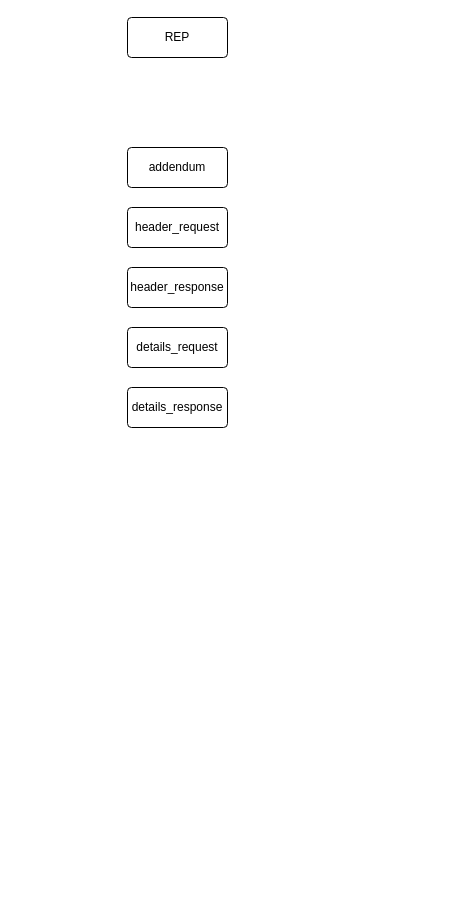
The draw.io diagram page "Page-1" (1 of 3) of Sketchs/Paynamic_Docs.drawio in DataTeamBP/MyDrawIO, before the edit. Source tidied: cells renumbered, new cells numbered last; positions are measured from the earlier drawing's top-left corner, leaving out a move shared by most shapes. Both pictures are drawn from the tidied source at 100%, with x=0, y=0 at pixel (127, 17).
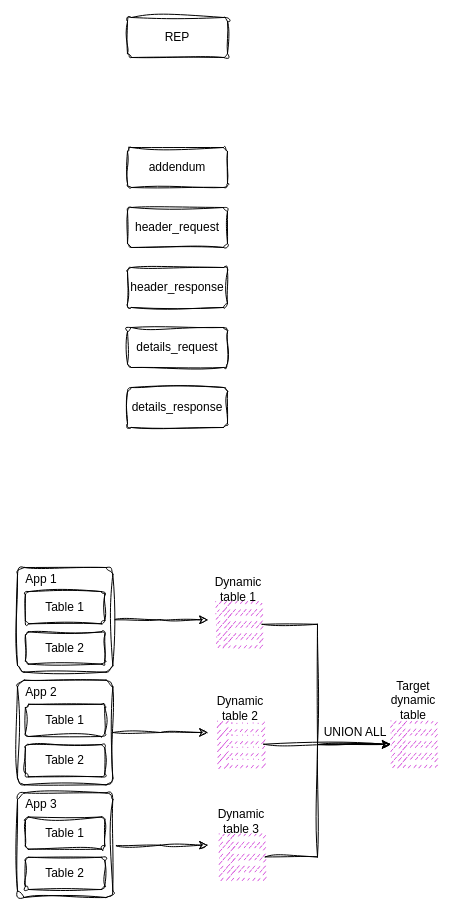
After the change.

Change to the diagram source:
```diff
@@
-    <mxCell id="2" value="REP" style="rounded=1;arcSize=10;whiteSpace=wrap;html=1;align=center;" parent="1" vertex="1">
+    <mxCell id="2" value="REP" style="rounded=1;arcSize=10;whiteSpace=wrap;html=1;align=center;sketch=1;curveFitting=1;jiggle=2;" parent="1" vertex="1">
       <mxGeometry width="100" height="40" as="geometry" />
     </mxCell>
-    <mxCell id="3" value="addendum" style="rounded=1;arcSize=10;whiteSpace=wrap;html=1;align=center;" parent="1" vertex="1">
+    <mxCell id="3" value="addendum" style="rounded=1;arcSize=10;whiteSpace=wrap;html=1;align=center;sketch=1;curveFitting=1;jiggle=2;" parent="1" vertex="1">
       <mxGeometry y="130" width="100" height="40" as="geometry" />
     </mxCell>
-    <mxCell id="4" value="header_request" style="rounded=1;arcSize=10;whiteSpace=wrap;html=1;align=center;" parent="1" vertex="1">
+    <mxCell id="4" value="header_request" style="rounded=1;arcSize=10;whiteSpace=wrap;html=1;align=center;sketch=1;curveFitting=1;jiggle=2;" parent="1" vertex="1">
       <mxGeometry y="190" width="100" height="40" as="geometry" />
     </mxCell>
-    <mxCell id="5" value="header_response" style="rounded=1;arcSize=10;whiteSpace=wrap;html=1;align=center;" parent="1" vertex="1">
+    <mxCell id="5" value="header_response" style="rounded=1;arcSize=10;whiteSpace=wrap;html=1;align=center;sketch=1;curveFitting=1;jiggle=2;" parent="1" vertex="1">
       <mxGeometry y="250" width="100" height="40" as="geometry" />
     </mxCell>
-    <mxCell id="6" value="details_request" style="rounded=1;arcSize=10;whiteSpace=wrap;html=1;align=center;" parent="1" vertex="1">
+    <mxCell id="6" value="details_request" style="rounded=1;arcSize=10;whiteSpace=wrap;html=1;align=center;sketch=1;curveFitting=1;jiggle=2;" parent="1" vertex="1">
       <mxGeometry y="310" width="100" height="40" as="geometry" />
     </mxCell>
-    <mxCell id="7" value="details_response" style="rounded=1;arcSize=10;whiteSpace=wrap;html=1;align=center;" parent="1" vertex="1">
+    <mxCell id="7" value="details_response" style="rounded=1;arcSize=10;whiteSpace=wrap;html=1;align=center;sketch=1;curveFitting=1;jiggle=2;" parent="1" vertex="1">
       <mxGeometry y="370" width="100" height="40" as="geometry" />
     </mxCell>
+    <mxCell id="8" style="group;sketch=1;curveFitting=1;jiggle=2;" parent="1" vertex="1">
+      <mxGeometry x="-110" y="550" width="420" height="330" as="geometry" />
+    </mxCell>
+    <mxCell id="9" style="edgeStyle=orthogonalEdgeStyle;rounded=0;jettySize=auto;html=1;sketch=1;curveFitting=1;jiggle=2;" parent="8" edge="1" source="22">
+      <mxGeometry relative="1" as="geometry">
+        <mxPoint x="190.5" y="52.3" as="targetPoint" />
+      </mxGeometry>
+    </mxCell>
+    <mxCell id="10" style="edgeStyle=orthogonalEdgeStyle;rounded=0;jettySize=auto;html=1;sketch=1;curveFitting=1;jiggle=2;" parent="8" edge="1" source="26">
+      <mxGeometry relative="1" as="geometry">
+        <mxPoint x="190.5" y="165" as="targetPoint" />
+      </mxGeometry>
+    </mxCell>
+    <mxCell id="11" style="edgeStyle=orthogonalEdgeStyle;rounded=0;jettySize=auto;html=1;sketch=1;curveFitting=1;jiggle=2;" parent="8" edge="1" source="30">
+      <mxGeometry relative="1" as="geometry">
+        <mxPoint x="190.5" y="277.7" as="targetPoint" />
+      </mxGeometry>
+    </mxCell>
+    <mxCell id="12" style="edgeStyle=orthogonalEdgeStyle;rounded=0;jettySize=auto;html=1;sketch=1;curveFitting=1;jiggle=2;" parent="8" edge="1" source="13" target="34">
+      <mxGeometry relative="1" as="geometry">
+        <Array as="points">
+          <mxPoint x="300" y="57" />
+          <mxPoint x="300" y="177" />
+        </Array>
+      </mxGeometry>
+    </mxCell>
+    <mxCell id="13" style="sketch=1;outlineConnect=0;fontColor=#232F3E;gradientColor=none;fillColor=#C925D1;strokeColor=none;dashed=0;verticalLabelPosition=bottom;verticalAlign=top;align=center;html=1;fontSize=12;fontStyle=0;shape=mxgraph.aws4.table;curveFitting=1;jiggle=2;" parent="8" vertex="1">
+      <mxGeometry x="198.5" y="33.8" width="46" height="46" as="geometry" />
+    </mxCell>
+    <mxCell id="14" value="Dynamic table 1" style="text;html=1;align=center;verticalAlign=middle;whiteSpace=wrap;rounded=0;sketch=1;curveFitting=1;jiggle=2;" parent="8" vertex="1">
+      <mxGeometry x="196.9" y="9.7" width="47.6" height="24.1" as="geometry" />
+    </mxCell>
+    <mxCell id="15" style="edgeStyle=orthogonalEdgeStyle;rounded=0;jettySize=auto;html=1;sketch=1;curveFitting=1;jiggle=2;" parent="8" edge="1" source="16" target="34">
+      <mxGeometry relative="1" as="geometry" />
+    </mxCell>
+    <mxCell id="16" style="sketch=1;outlineConnect=0;fontColor=#232F3E;gradientColor=none;fillColor=#C925D1;strokeColor=none;dashed=0;verticalLabelPosition=bottom;verticalAlign=top;align=center;html=1;fontSize=12;fontStyle=0;shape=mxgraph.aws4.table;curveFitting=1;jiggle=2;" parent="8" vertex="1">
+      <mxGeometry x="200.1" y="153.7" width="46" height="46" as="geometry" />
+    </mxCell>
+    <mxCell id="17" value="Dynamic table 2" style="text;html=1;align=center;verticalAlign=middle;whiteSpace=wrap;rounded=0;sketch=1;curveFitting=1;jiggle=2;" parent="8" vertex="1">
+      <mxGeometry x="198.5" y="128.8" width="47.6" height="24.1" as="geometry" />
+    </mxCell>
+    <mxCell id="18" style="edgeStyle=orthogonalEdgeStyle;rounded=0;jettySize=auto;html=1;sketch=1;curveFitting=1;jiggle=2;" parent="8" edge="1" source="19" target="34">
+      <mxGeometry relative="1" as="geometry">
+        <Array as="points">
+          <mxPoint x="300" y="289" />
+          <mxPoint x="300" y="177" />
+        </Array>
+      </mxGeometry>
+    </mxCell>
+    <mxCell id="19" style="sketch=1;outlineConnect=0;fontColor=#232F3E;gradientColor=none;fillColor=#C925D1;strokeColor=none;dashed=0;verticalLabelPosition=bottom;verticalAlign=top;align=center;html=1;fontSize=12;fontStyle=0;shape=mxgraph.aws4.table;curveFitting=1;jiggle=2;" parent="8" vertex="1">
+      <mxGeometry x="201.7" y="266.4" width="46" height="46" as="geometry" />
+    </mxCell>
+    <mxCell id="20" value="Dynamic table 3" style="text;html=1;align=center;verticalAlign=middle;whiteSpace=wrap;rounded=0;sketch=1;curveFitting=1;jiggle=2;" parent="8" vertex="1">
+      <mxGeometry x="200.1" y="242.3" width="47.6" height="24.1" as="geometry" />
+    </mxCell>
+    <mxCell id="21" style="group;sketch=1;curveFitting=1;jiggle=2;" parent="8" vertex="1">
+      <mxGeometry width="95.3" height="330" as="geometry" />
+    </mxCell>
+    <mxCell id="22" style="rounded=1;whiteSpace=wrap;html=1;arcSize=7;sketch=1;curveFitting=1;jiggle=2;" parent="21" vertex="1">
+      <mxGeometry width="95.3" height="104.6" as="geometry" />
+    </mxCell>
+    <mxCell id="23" value="Table 1" style="rounded=1;arcSize=10;whiteSpace=wrap;html=1;align=center;sketch=1;curveFitting=1;jiggle=2;" parent="21" vertex="1">
+      <mxGeometry x="7.9" y="24.1" width="79.4" height="32.2" as="geometry" />
+    </mxCell>
+    <mxCell id="24" value="Table 2" style="rounded=1;arcSize=10;whiteSpace=wrap;html=1;align=center;sketch=1;curveFitting=1;jiggle=2;" parent="21" vertex="1">
+      <mxGeometry x="7.9" y="64.4" width="79.4" height="32.2" as="geometry" />
+    </mxCell>
+    <mxCell id="25" value="App 1" style="text;html=1;align=center;verticalAlign=middle;whiteSpace=wrap;rounded=0;sketch=1;curveFitting=1;jiggle=2;" parent="21" vertex="1">
+      <mxGeometry width="47.6" height="24.1" as="geometry" />
+    </mxCell>
+    <mxCell id="26" style="rounded=1;whiteSpace=wrap;html=1;arcSize=7;sketch=1;curveFitting=1;jiggle=2;" parent="21" vertex="1">
+      <mxGeometry y="112.7" width="95.3" height="104.6" as="geometry" />
+    </mxCell>
+    <mxCell id="27" value="Table 1" style="rounded=1;arcSize=10;whiteSpace=wrap;html=1;align=center;sketch=1;curveFitting=1;jiggle=2;" parent="21" vertex="1">
+      <mxGeometry x="7.9" y="136.8" width="79.4" height="32.2" as="geometry" />
+    </mxCell>
+    <mxCell id="28" value="Table 2" style="rounded=1;arcSize=10;whiteSpace=wrap;html=1;align=center;sketch=1;curveFitting=1;jiggle=2;" parent="21" vertex="1">
+      <mxGeometry x="7.9" y="177.1" width="79.4" height="32.2" as="geometry" />
+    </mxCell>
+    <mxCell id="29" value="App 2" style="text;html=1;align=center;verticalAlign=middle;whiteSpace=wrap;rounded=0;sketch=1;curveFitting=1;jiggle=2;" parent="21" vertex="1">
+      <mxGeometry y="112.7" width="47.6" height="24.1" as="geometry" />
+    </mxCell>
+    <mxCell id="30" style="rounded=1;whiteSpace=wrap;html=1;arcSize=7;sketch=1;curveFitting=1;jiggle=2;" parent="21" vertex="1">
+      <mxGeometry y="225.4" width="95.3" height="104.6" as="geometry" />
+    </mxCell>
+    <mxCell id="31" value="Table 1" style="rounded=1;arcSize=10;whiteSpace=wrap;html=1;align=center;sketch=1;curveFitting=1;jiggle=2;" parent="21" vertex="1">
+      <mxGeometry x="7.9" y="249.5" width="79.4" height="32.2" as="geometry" />
+    </mxCell>
+    <mxCell id="32" value="Table 2" style="rounded=1;arcSize=10;whiteSpace=wrap;html=1;align=center;sketch=1;curveFitting=1;jiggle=2;" parent="21" vertex="1">
+      <mxGeometry x="7.9" y="289.8" width="79.4" height="32.2" as="geometry" />
+    </mxCell>
+    <mxCell id="33" value="App 3" style="text;html=1;align=center;verticalAlign=middle;whiteSpace=wrap;rounded=0;sketch=1;curveFitting=1;jiggle=2;" parent="21" vertex="1">
+      <mxGeometry y="225.4" width="47.6" height="24.1" as="geometry" />
+    </mxCell>
+    <mxCell id="34" style="sketch=1;outlineConnect=0;fontColor=#232F3E;gradientColor=none;fillColor=#C925D1;strokeColor=none;dashed=0;verticalLabelPosition=bottom;verticalAlign=top;align=center;html=1;fontSize=12;fontStyle=0;shape=mxgraph.aws4.table;curveFitting=1;jiggle=2;" parent="8" vertex="1">
+      <mxGeometry x="373.2" y="153.7" width="46" height="46" as="geometry" />
+    </mxCell>
+    <mxCell id="35" value="Target dynamic table" style="text;html=1;align=center;verticalAlign=middle;whiteSpace=wrap;rounded=0;sketch=1;curveFitting=1;jiggle=2;" parent="8" vertex="1">
+      <mxGeometry x="372.4" y="120.7" width="47.6" height="24.1" as="geometry" />
+    </mxCell>
+    <mxCell id="36" value="UNION ALL" style="text;html=1;align=center;verticalAlign=middle;whiteSpace=wrap;rounded=0;sketch=1;curveFitting=1;jiggle=2;" parent="8" vertex="1">
+      <mxGeometry x="303.2" y="152.9" width="70" height="24.1" as="geometry" />
+    </mxCell>
```
